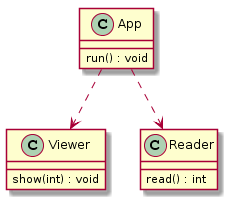
This is doc/cpp-london-2017/images/app1.png from boost-ext/di, a PlantUML export, as it was before one commit.
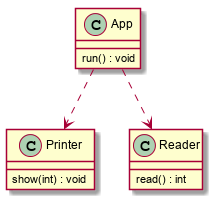
The same file after the commit.

The edit, as a diff of the source:
```diff
@@ -1,9 +1,11 @@
 @startuml
-"Viewer" : show(int) : void
+
+"Printer" : show(int) : void
 "Reader" : read() : int
 
 "App" ..> "Reader"
-"App" ..> "Viewer"
+"App" ..> "Printer"
 
 "App" : run() : void
+
 @enduml
```
